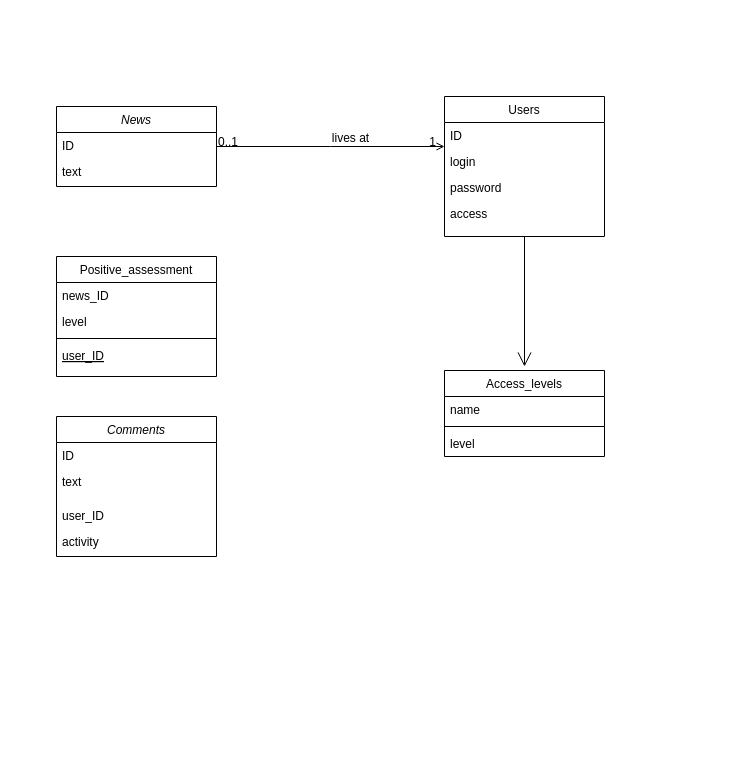
DaryaShum/ITAcademy keeps this draw.io diagram as Диаграмма без названия.drawio. Above is the earlier version. Source tidied: cells renumbered, new cells numbered last; positions are measured from the earlier drawing's top-left corner, leaving out a move shared by most shapes. Both pictures are drawn from the tidied source at 100%, with x=0, y=0 at pixel (56, 96).
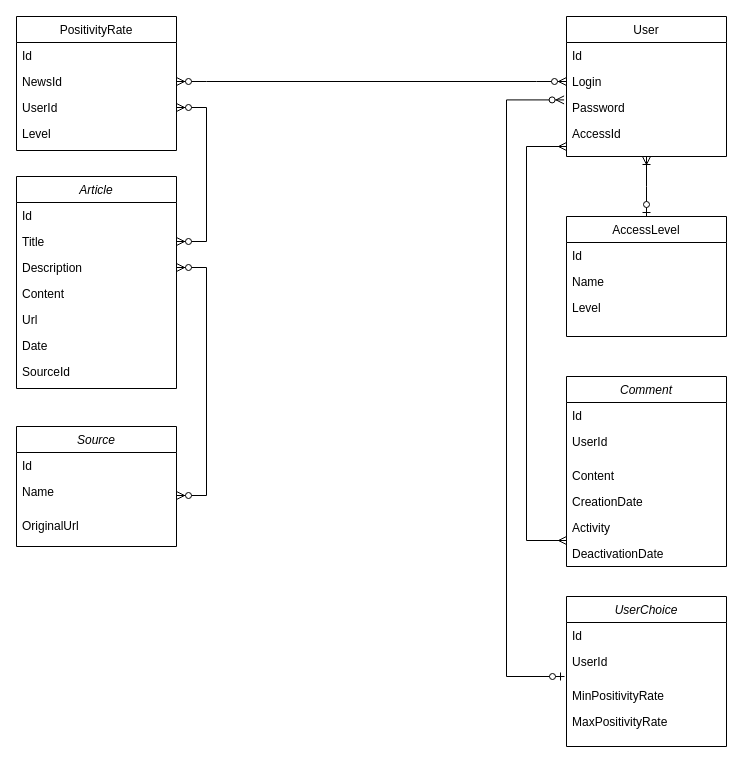
After the change.

Change to the diagram source:
```diff
@@
-    <mxCell id="2" value="News" style="swimlane;fontStyle=2;align=center;verticalAlign=top;horizontal=1;startSize=26;rounded=0;shadow=0;strokeWidth=1;" parent="1" vertex="1">
-      <mxGeometry y="10" width="160" height="80" as="geometry" />
+    <mxCell id="2" value="Article" style="swimlane;fontStyle=2;align=center;verticalAlign=top;horizontal=1;startSize=26;rounded=0;shadow=0;strokeWidth=1;" parent="1" vertex="1">
+      <mxGeometry x="-40" y="80" width="160" height="212" as="geometry" />
     </mxCell>
-    <mxCell id="3" value="ID" style="text;align=left;verticalAlign=top;spacingLeft=4;spacingRight=4;overflow=hidden;" parent="2" vertex="1">
+    <mxCell id="3" value="Id" style="text;align=left;verticalAlign=top;spacingLeft=4;spacingRight=4;overflow=hidden;" parent="2" vertex="1">
       <mxGeometry y="26" width="160" height="26" as="geometry" />
     </mxCell>
-    <mxCell id="4" value="text" style="text;align=left;verticalAlign=top;spacingLeft=4;spacingRight=4;overflow=hidden;points=[[0,0.5],[1,0.5]];portConstraint=eastwest;rounded=0;shadow=0;html=0;" parent="2" vertex="1">
+    <mxCell id="4" value="Title" style="text;align=left;verticalAlign=top;spacingLeft=4;spacingRight=4;overflow=hidden;points=[[0,0.5],[1,0.5]];portConstraint=eastwest;rounded=0;shadow=0;html=0;" parent="2" vertex="1">
       <mxGeometry y="52" width="160" height="26" as="geometry" />
     </mxCell>
+    <mxCell id="29" value="Description" style="text;align=left;verticalAlign=top;spacingLeft=4;spacingRight=4;overflow=hidden;points=[[0,0.5],[1,0.5]];portConstraint=eastwest;rounded=0;shadow=0;html=0;" parent="2" vertex="1">
+      <mxGeometry y="78" width="160" height="26" as="geometry" />
+    </mxCell>
+    <mxCell id="30" value="Content" style="text;align=left;verticalAlign=top;spacingLeft=4;spacingRight=4;overflow=hidden;rounded=0;shadow=0;html=0;" parent="2" vertex="1">
+      <mxGeometry y="104" width="160" height="26" as="geometry" />
+    </mxCell>
+    <mxCell id="31" value="Url" style="text;align=left;verticalAlign=top;spacingLeft=4;spacingRight=4;overflow=hidden;rounded=0;shadow=0;html=0;" parent="2" vertex="1">
+      <mxGeometry y="130" width="160" height="26" as="geometry" />
+    </mxCell>
+    <mxCell id="32" value="Date" style="text;align=left;verticalAlign=top;spacingLeft=4;spacingRight=4;overflow=hidden;rounded=0;shadow=0;html=0;" parent="2" vertex="1">
+      <mxGeometry y="156" width="160" height="26" as="geometry" />
+    </mxCell>
+    <mxCell id="33" value="SourceId" style="text;align=left;verticalAlign=top;spacingLeft=4;spacingRight=4;overflow=hidden;rounded=0;shadow=0;html=0;" parent="2" vertex="1">
+      <mxGeometry y="182" width="160" height="26" as="geometry" />
+    </mxCell>
-    <mxCell id="5" value="Positive_assessment" style="swimlane;fontStyle=0;align=center;verticalAlign=top;horizontal=1;startSize=26;rounded=0;shadow=0;strokeWidth=1;" parent="1" vertex="1">
-      <mxGeometry y="160" width="160" height="120" as="geometry" />
+    <mxCell id="5" value="PositivityRate" style="swimlane;fontStyle=0;align=center;verticalAlign=top;horizontal=1;startSize=26;rounded=0;shadow=0;strokeWidth=1;" parent="1" vertex="1">
+      <mxGeometry x="-40" y="-80" width="160" height="134" as="geometry" />
     </mxCell>
-    <mxCell id="6" value="news_ID" style="text;align=left;verticalAlign=top;spacingLeft=4;spacingRight=4;overflow=hidden;" parent="5" vertex="1">
+    <mxCell id="6" value="Id" style="text;align=left;verticalAlign=top;spacingLeft=4;spacingRight=4;overflow=hidden;" parent="5" vertex="1">
       <mxGeometry y="26" width="160" height="26" as="geometry" />
     </mxCell>
-    <mxCell id="7" value="level" style="text;align=left;verticalAlign=top;spacingLeft=4;spacingRight=4;overflow=hidden;points=[[0,0.5],[1,0.5]];portConstraint=eastwest;rounded=0;shadow=0;html=0;" parent="5" vertex="1">
+    <mxCell id="7" value="NewsId" style="text;align=left;verticalAlign=top;spacingLeft=4;spacingRight=4;overflow=hidden;points=[[0,0.5],[1,0.5]];portConstraint=eastwest;rounded=0;shadow=0;html=0;" parent="5" vertex="1">
       <mxGeometry y="52" width="160" height="26" as="geometry" />
     </mxCell>
-    <mxCell id="8" style="line;html=1;strokeWidth=1;align=left;verticalAlign=middle;spacingTop=-1;spacingLeft=3;spacingRight=3;labelPosition=right;" parent="5" vertex="1">
-      <mxGeometry y="78" width="160" height="8" as="geometry" />
-    </mxCell>
-    <mxCell id="9" value="user_ID" style="text;align=left;verticalAlign=top;spacingLeft=4;spacingRight=4;overflow=hidden;points=[[0,0.5],[1,0.5]];portConstraint=eastwest;fontStyle=4;" parent="5" vertex="1">
-      <mxGeometry y="86" width="160" height="26" as="geometry" />
+    <mxCell id="9" value="UserId" style="text;align=left;verticalAlign=top;spacingLeft=4;spacingRight=4;overflow=hidden;points=[[0,0.5],[1,0.5]];portConstraint=eastwest;fontStyle=0;" parent="5" vertex="1">
+      <mxGeometry y="78" width="160" height="26" as="geometry" />
     </mxCell>
+    <mxCell id="34" value="Level" style="text;align=left;verticalAlign=top;spacingLeft=4;spacingRight=4;overflow=hidden;" parent="5" vertex="1">
+      <mxGeometry y="104" width="160" height="26" as="geometry" />
+    </mxCell>
-    <mxCell id="10" value="Access_levels" style="swimlane;fontStyle=0;align=center;verticalAlign=top;horizontal=1;startSize=26;rounded=0;shadow=0;strokeWidth=1;" parent="1" vertex="1">
-      <mxGeometry x="388" y="274" width="160" height="86" as="geometry" />
+    <mxCell id="10" value="AccessLevel" style="swimlane;fontStyle=0;align=center;verticalAlign=top;horizontal=1;startSize=26;rounded=0;shadow=0;strokeWidth=1;" parent="1" vertex="1">
+      <mxGeometry x="510" y="120" width="160" height="120" as="geometry" />
     </mxCell>
-    <mxCell id="11" value="name" style="text;align=left;verticalAlign=top;spacingLeft=4;spacingRight=4;overflow=hidden;" parent="10" vertex="1">
+    <mxCell id="11" value="Id" style="text;align=left;verticalAlign=top;spacingLeft=4;spacingRight=4;overflow=hidden;" parent="10" vertex="1">
       <mxGeometry y="26" width="160" height="26" as="geometry" />
     </mxCell>
-    <mxCell id="12" style="line;html=1;strokeWidth=1;align=left;verticalAlign=middle;spacingTop=-1;spacingLeft=3;spacingRight=3;labelPosition=right;" parent="10" vertex="1">
-      <mxGeometry y="52" width="160" height="8" as="geometry" />
-    </mxCell>
-    <mxCell id="13" value="level" style="text;align=left;verticalAlign=top;spacingLeft=4;spacingRight=4;overflow=hidden;" parent="10" vertex="1">
-      <mxGeometry y="60" width="160" height="26" as="geometry" />
-    </mxCell>
+    <mxCell id="35" value="Name" style="text;align=left;verticalAlign=top;spacingLeft=4;spacingRight=4;overflow=hidden;" parent="10" vertex="1">
+      <mxGeometry y="52" width="160" height="26" as="geometry" />
+    </mxCell>
+    <mxCell id="36" value="Level" style="text;align=left;verticalAlign=top;spacingLeft=4;spacingRight=4;overflow=hidden;" parent="10" vertex="1">
+      <mxGeometry y="78" width="160" height="26" as="geometry" />
+    </mxCell>
-    <mxCell id="14" value="Users" style="swimlane;fontStyle=0;align=center;verticalAlign=top;horizontal=1;startSize=26;rounded=0;shadow=0;strokeWidth=1;" parent="1" vertex="1">
-      <mxGeometry x="388" width="160" height="140" as="geometry" />
+    <mxCell id="14" value="User" style="swimlane;fontStyle=0;align=center;verticalAlign=top;horizontal=1;startSize=26;rounded=0;shadow=0;strokeWidth=1;" parent="1" vertex="1">
+      <mxGeometry x="510" y="-80" width="160" height="140" as="geometry" />
     </mxCell>
-    <mxCell id="15" value="ID" style="text;align=left;verticalAlign=top;spacingLeft=4;spacingRight=4;overflow=hidden;" parent="14" vertex="1">
+    <mxCell id="15" value="Id" style="text;align=left;verticalAlign=top;spacingLeft=4;spacingRight=4;overflow=hidden;" parent="14" vertex="1">
       <mxGeometry y="26" width="160" height="26" as="geometry" />
     </mxCell>
-    <mxCell id="16" value="login" style="text;align=left;verticalAlign=top;spacingLeft=4;spacingRight=4;overflow=hidden;points=[[0,0.5],[1,0.5]];portConstraint=eastwest;rounded=0;shadow=0;html=0;" parent="14" vertex="1">
+    <mxCell id="16" value="Login" style="text;align=left;verticalAlign=top;spacingLeft=4;spacingRight=4;overflow=hidden;points=[[0,0.5],[1,0.5]];portConstraint=eastwest;rounded=0;shadow=0;html=0;" parent="14" vertex="1">
       <mxGeometry y="52" width="160" height="26" as="geometry" />
     </mxCell>
-    <mxCell id="17" value="password" style="text;align=left;verticalAlign=top;spacingLeft=4;spacingRight=4;overflow=hidden;points=[[0,0.5],[1,0.5]];portConstraint=eastwest;rounded=0;shadow=0;html=0;" parent="14" vertex="1">
+    <mxCell id="17" value="Password" style="text;align=left;verticalAlign=top;spacingLeft=4;spacingRight=4;overflow=hidden;points=[[0,0.5],[1,0.5]];portConstraint=eastwest;rounded=0;shadow=0;html=0;" parent="14" vertex="1">
       <mxGeometry y="78" width="160" height="26" as="geometry" />
     </mxCell>
-    <mxCell id="18" value="access" style="text;align=left;verticalAlign=top;spacingLeft=4;spacingRight=4;overflow=hidden;rounded=0;shadow=0;html=0;" parent="14" vertex="1">
+    <mxCell id="18" value="AccessId" style="text;align=left;verticalAlign=top;spacingLeft=4;spacingRight=4;overflow=hidden;rounded=0;shadow=0;html=0;" parent="14" vertex="1">
       <mxGeometry y="104" width="160" height="26" as="geometry" />
     </mxCell>
-    <mxCell id="19" style="endArrow=open;shadow=0;strokeWidth=1;rounded=0;curved=0;endFill=1;edgeStyle=elbowEdgeStyle;elbow=vertical;" parent="1" edge="1" source="2" target="14">
-      <mxGeometry x="0.5" y="41" relative="1" as="geometry">
-        <mxPoint x="-40" y="32" as="offset" />
-      </mxGeometry>
-    </mxCell>
-    <mxCell id="20" value="0..1" style="align=left;verticalAlign=bottom;labelBackgroundColor=none;fontSize=12;" parent="19" vertex="1">
-      <mxGeometry x="-1" relative="1" as="geometry">
-        <mxPoint y="4" as="offset" />
-      </mxGeometry>
-    </mxCell>
-    <mxCell id="21" value="1" style="align=right;verticalAlign=bottom;labelBackgroundColor=none;fontSize=12;" parent="19" vertex="1">
-      <mxGeometry x="1" relative="1" as="geometry">
-        <mxPoint x="-7" y="4" as="offset" />
-      </mxGeometry>
-    </mxCell>
-    <mxCell id="22" value="lives at" style="text;html=1;align=center;verticalAlign=middle;labelBackgroundColor=none;rounded=0;shadow=0;strokeWidth=1;fontSize=12;" parent="19" vertex="1">
-      <mxGeometry x="0.5" y="49" relative="1" as="geometry">
-        <mxPoint x="-38" y="40" as="offset" />
-      </mxGeometry>
-    </mxCell>
-    <mxCell id="23" style="endArrow=open;endFill=1;endSize=12;html=1;rounded=0;exitX=0.5;exitY=1;exitDx=0;exitDy=0;" parent="1" edge="1" source="14">
-      <mxGeometry relative="1" as="geometry">
-        <mxPoint x="468" y="270" as="targetPoint" />
-      </mxGeometry>
-    </mxCell>
-    <mxCell id="24" value="Comments" style="swimlane;fontStyle=2;align=center;verticalAlign=top;horizontal=1;startSize=26;rounded=0;shadow=0;strokeWidth=1;" parent="1" vertex="1">
-      <mxGeometry y="320" width="160" height="140" as="geometry" />
+    <mxCell id="24" value="Comment" style="swimlane;fontStyle=2;align=center;verticalAlign=top;horizontal=1;startSize=26;rounded=0;shadow=0;strokeWidth=1;" parent="1" vertex="1">
+      <mxGeometry x="510" y="280" width="160" height="190" as="geometry" />
     </mxCell>
-    <mxCell id="25" value="ID" style="text;align=left;verticalAlign=top;spacingLeft=4;spacingRight=4;overflow=hidden;" parent="24" vertex="1">
+    <mxCell id="25" value="Id" style="text;align=left;verticalAlign=top;spacingLeft=4;spacingRight=4;overflow=hidden;" parent="24" vertex="1">
       <mxGeometry y="26" width="160" height="26" as="geometry" />
     </mxCell>
-    <mxCell id="26" value="text" style="text;align=left;verticalAlign=top;spacingLeft=4;spacingRight=4;overflow=hidden;rounded=0;shadow=0;html=0;" parent="24" vertex="1">
+    <mxCell id="26" value="UserId" style="text;align=left;verticalAlign=top;spacingLeft=4;spacingRight=4;overflow=hidden;rounded=0;shadow=0;html=0;" parent="24" vertex="1">
       <mxGeometry y="52" width="160" height="34" as="geometry" />
     </mxCell>
-    <mxCell id="27" value="user_ID" style="text;align=left;verticalAlign=top;spacingLeft=4;spacingRight=4;overflow=hidden;" parent="24" vertex="1">
+    <mxCell id="27" value="Content" style="text;align=left;verticalAlign=top;spacingLeft=4;spacingRight=4;overflow=hidden;" parent="24" vertex="1">
       <mxGeometry y="86" width="160" height="26" as="geometry" />
     </mxCell>
-    <mxCell id="28" value="activity" style="text;align=left;verticalAlign=top;spacingLeft=4;spacingRight=4;overflow=hidden;" parent="24" vertex="1">
+    <mxCell id="28" value="CreationDate" style="text;align=left;verticalAlign=top;spacingLeft=4;spacingRight=4;overflow=hidden;" parent="24" vertex="1">
       <mxGeometry y="112" width="160" height="26" as="geometry" />
     </mxCell>
+    <mxCell id="37" value="Activity" style="text;align=left;verticalAlign=top;spacingLeft=4;spacingRight=4;overflow=hidden;" parent="24" vertex="1">
+      <mxGeometry y="138" width="160" height="26" as="geometry" />
+    </mxCell>
+    <mxCell id="38" value="DeactivationDate" style="text;align=left;verticalAlign=top;spacingLeft=4;spacingRight=4;overflow=hidden;" parent="24" vertex="1">
+      <mxGeometry y="164" width="160" height="26" as="geometry" />
+    </mxCell>
+    <mxCell id="39" value="Source" style="swimlane;fontStyle=2;align=center;verticalAlign=top;horizontal=1;startSize=26;rounded=0;shadow=0;strokeWidth=1;" parent="1" vertex="1">
+      <mxGeometry x="-40" y="330" width="160" height="120" as="geometry" />
+    </mxCell>
+    <mxCell id="40" value="Id" style="text;align=left;verticalAlign=top;spacingLeft=4;spacingRight=4;overflow=hidden;" parent="39" vertex="1">
+      <mxGeometry y="26" width="160" height="26" as="geometry" />
+    </mxCell>
+    <mxCell id="41" value="Name" style="text;align=left;verticalAlign=top;spacingLeft=4;spacingRight=4;overflow=hidden;points=[[0,0.5],[1,0.5]];portConstraint=eastwest;rounded=0;shadow=0;html=0;" parent="39" vertex="1">
+      <mxGeometry y="52" width="160" height="34" as="geometry" />
+    </mxCell>
+    <mxCell id="42" value="OriginalUrl" style="text;align=left;verticalAlign=top;spacingLeft=4;spacingRight=4;overflow=hidden;" parent="39" vertex="1">
+      <mxGeometry y="86" width="160" height="26" as="geometry" />
+    </mxCell>
+    <mxCell id="43" style="edgeStyle=entityRelationEdgeStyle;fontSize=12;html=1;endArrow=ERzeroToMany;endFill=1;startArrow=ERzeroToMany;rounded=0;entryX=1;entryY=0.5;entryDx=0;entryDy=0;exitX=1;exitY=0.5;exitDx=0;exitDy=0;" parent="1" edge="1" source="41" target="29">
+      <mxGeometry relative="1" as="geometry">
+        <Array as="points">
+          <mxPoint x="220" y="370" />
+          <mxPoint x="190" y="280" />
+          <mxPoint x="270" y="280" />
+        </Array>
+      </mxGeometry>
+    </mxCell>
+    <mxCell id="44" style="edgeStyle=entityRelationEdgeStyle;fontSize=12;html=1;endArrow=ERzeroToMany;endFill=1;startArrow=ERzeroToMany;rounded=0;exitX=1;exitY=0.5;exitDx=0;exitDy=0;entryX=0;entryY=0.5;entryDx=0;entryDy=0;" parent="1" edge="1" source="7" target="16">
+      <mxGeometry relative="1" as="geometry" />
+    </mxCell>
+    <mxCell id="45" style="edgeStyle=entityRelationEdgeStyle;fontSize=12;html=1;endArrow=ERzeroToMany;endFill=1;startArrow=ERzeroToMany;rounded=0;exitX=1;exitY=0.5;exitDx=0;exitDy=0;entryX=1;entryY=0.5;entryDx=0;entryDy=0;" parent="1" edge="1" source="9" target="4">
+      <mxGeometry relative="1" as="geometry" />
+    </mxCell>
+    <mxCell id="46" style="edgeStyle=elbowEdgeStyle;fontSize=12;html=1;endArrow=ERoneToMany;startArrow=ERzeroToOne;rounded=0;entryX=0.5;entryY=1;entryDx=0;entryDy=0;exitX=0.5;exitY=0;exitDx=0;exitDy=0;" parent="1" edge="1" source="10" target="14">
+      <mxGeometry relative="1" as="geometry" />
+    </mxCell>
+    <mxCell id="47" style="edgeStyle=elbowEdgeStyle;fontSize=12;html=1;endArrow=ERmany;startArrow=ERmany;rounded=0;entryX=0;entryY=0.5;entryDx=0;entryDy=0;exitX=0;exitY=0.5;exitDx=0;exitDy=0;" parent="1" edge="1">
+      <mxGeometry relative="1" as="geometry">
+        <mxPoint x="510" y="444" as="sourcePoint" />
+        <mxPoint x="510" y="50" as="targetPoint" />
+        <Array as="points">
+          <mxPoint x="470" y="247" />
+        </Array>
+      </mxGeometry>
+    </mxCell>
+    <mxCell id="48" value="UserChoice" style="swimlane;fontStyle=2;align=center;verticalAlign=top;horizontal=1;startSize=26;rounded=0;shadow=0;strokeWidth=1;" parent="1" vertex="1">
+      <mxGeometry x="510" y="500" width="160" height="150" as="geometry" />
+    </mxCell>
+    <mxCell id="49" value="Id" style="text;align=left;verticalAlign=top;spacingLeft=4;spacingRight=4;overflow=hidden;" parent="48" vertex="1">
+      <mxGeometry y="26" width="160" height="26" as="geometry" />
+    </mxCell>
+    <mxCell id="50" value="UserId" style="text;align=left;verticalAlign=top;spacingLeft=4;spacingRight=4;overflow=hidden;rounded=0;shadow=0;html=0;" parent="48" vertex="1">
+      <mxGeometry y="52" width="160" height="34" as="geometry" />
+    </mxCell>
+    <mxCell id="51" value="MinPositivityRate" style="text;align=left;verticalAlign=top;spacingLeft=4;spacingRight=4;overflow=hidden;" parent="48" vertex="1">
+      <mxGeometry y="86" width="160" height="26" as="geometry" />
+    </mxCell>
+    <mxCell id="52" value="MaxPositivityRate" style="text;align=left;verticalAlign=top;spacingLeft=4;spacingRight=4;overflow=hidden;" parent="48" vertex="1">
+      <mxGeometry y="112" width="160" height="26" as="geometry" />
+    </mxCell>
+    <mxCell id="53" style="edgeStyle=elbowEdgeStyle;fontSize=12;html=1;endArrow=ERzeroToMany;startArrow=ERzeroToOne;rounded=0;entryX=-0.015;entryY=0.208;entryDx=0;entryDy=0;entryPerimeter=0;" parent="1" edge="1" target="17">
+      <mxGeometry relative="1" as="geometry">
+        <mxPoint x="508" y="580" as="sourcePoint" />
+        <Array as="points">
+          <mxPoint x="450" y="20" />
+          <mxPoint x="400" y="320" />
+        </Array>
+      </mxGeometry>
+    </mxCell>
```
